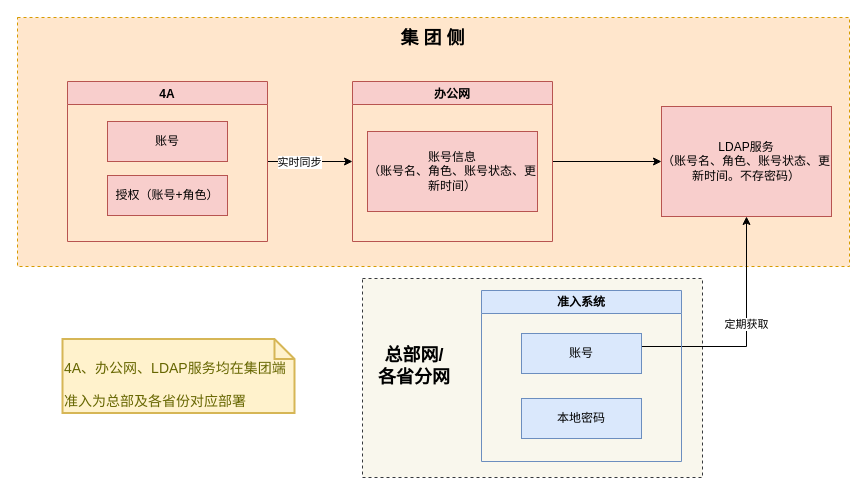
158698706/tt4a keeps this draw.io diagram as page "方案一" (1 of 4) of 系统功能流程图/办公网.drawio. Above is the earlier version. Source tidied: cells renumbered, new cells numbered last; positions are measured from the earlier drawing's top-left corner, leaving out a move shared by most shapes. Both pictures are drawn from the tidied source at 100%, with x=0, y=0 at pixel (17, 17).
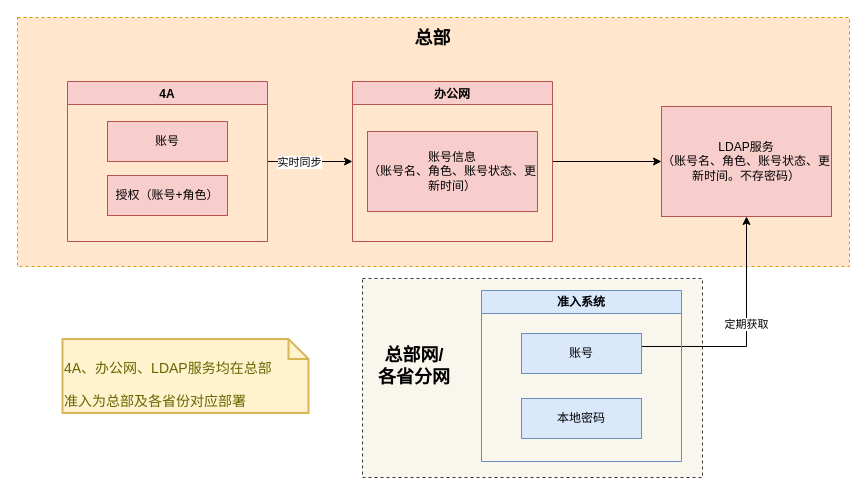
The same page after the edit.

The edit, as a diff of the source:
```diff
@@
-    <mxCell id="18" value="&lt;br&gt;4A、办公网、LDAP服务均在集团端&lt;br&gt;&lt;br&gt;准入为总部及各省份对应部署" style="shape=note;strokeWidth=2;fontSize=14;size=20;whiteSpace=wrap;html=1;fillColor=#fff2cc;strokeColor=#d6b656;fontColor=#666600;align=left;verticalAlign=middle;" parent="1" vertex="1">
-      <mxGeometry x="45" y="321.5" width="232" height="74" as="geometry" />
+    <mxCell id="18" value="&lt;br&gt;4A、办公网、LDAP服务均在总部&lt;br&gt;&lt;br&gt;准入为总部及各省份对应部署" style="shape=note;strokeWidth=2;fontSize=14;size=20;whiteSpace=wrap;html=1;fillColor=#fff2cc;strokeColor=#d6b656;fontColor=#666600;align=left;verticalAlign=middle;" parent="1" vertex="1">
+      <mxGeometry x="45" y="321.5" width="246" height="74" as="geometry" />
     </mxCell>
-    <mxCell id="19" value="集 团 侧" style="text;html=1;strokeColor=none;fillColor=none;align=center;verticalAlign=middle;whiteSpace=wrap;rounded=0;fontStyle=1;fontSize=18;" parent="1" vertex="1">
+    <mxCell id="19" value="总部" style="text;html=1;strokeColor=none;fillColor=none;align=center;verticalAlign=middle;whiteSpace=wrap;rounded=0;fontStyle=1;fontSize=18;" parent="1" vertex="1">
       <mxGeometry x="319" y="6" width="193" height="30" as="geometry" />
     </mxCell>
```
